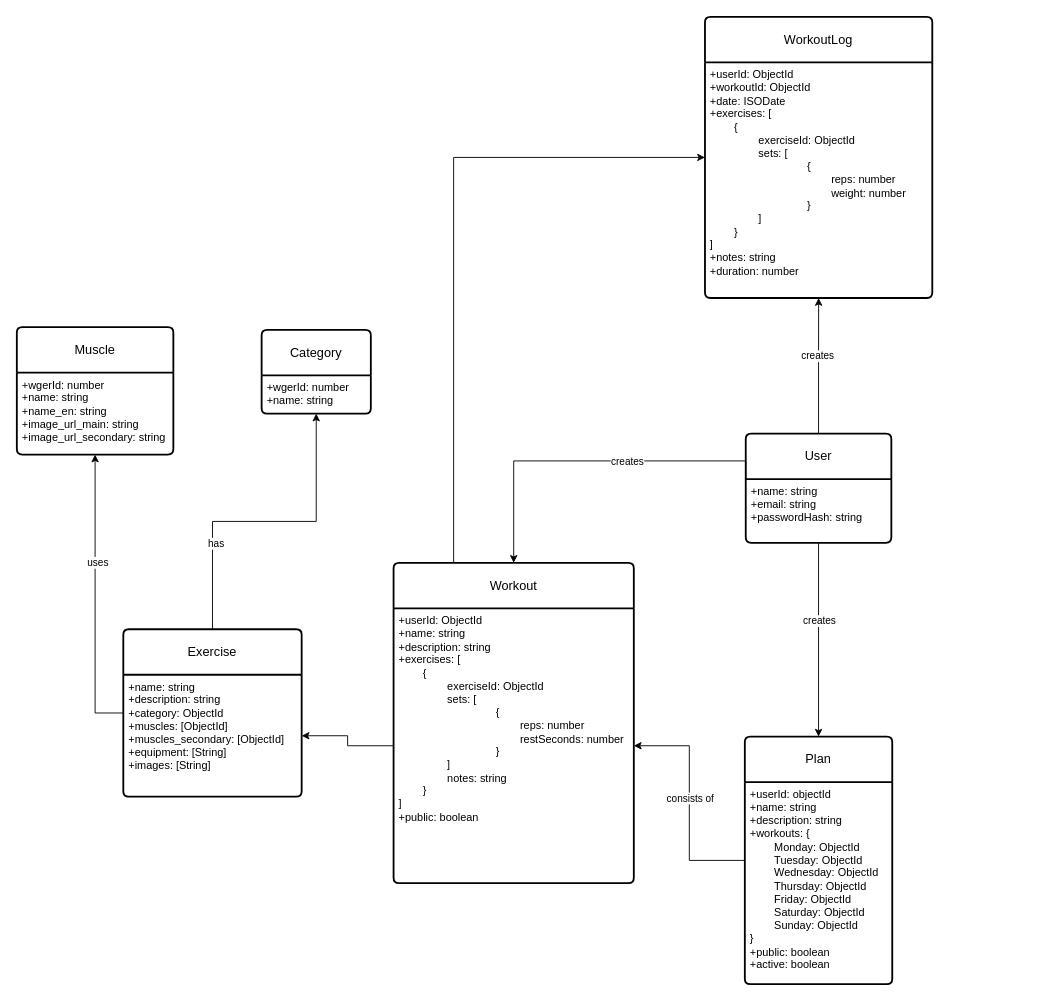
This is WorkoutTracker.drawio from GitteV-2159432/BackendProjectAssignment, a draw.io file, before an edit. Source tidied: cells renumbered, new cells numbered last; positions are measured from the earlier drawing's top-left corner, leaving out a move shared by most shapes. Both pictures are drawn from the tidied source at 91%, with x=0, y=0 at pixel (16, 16).
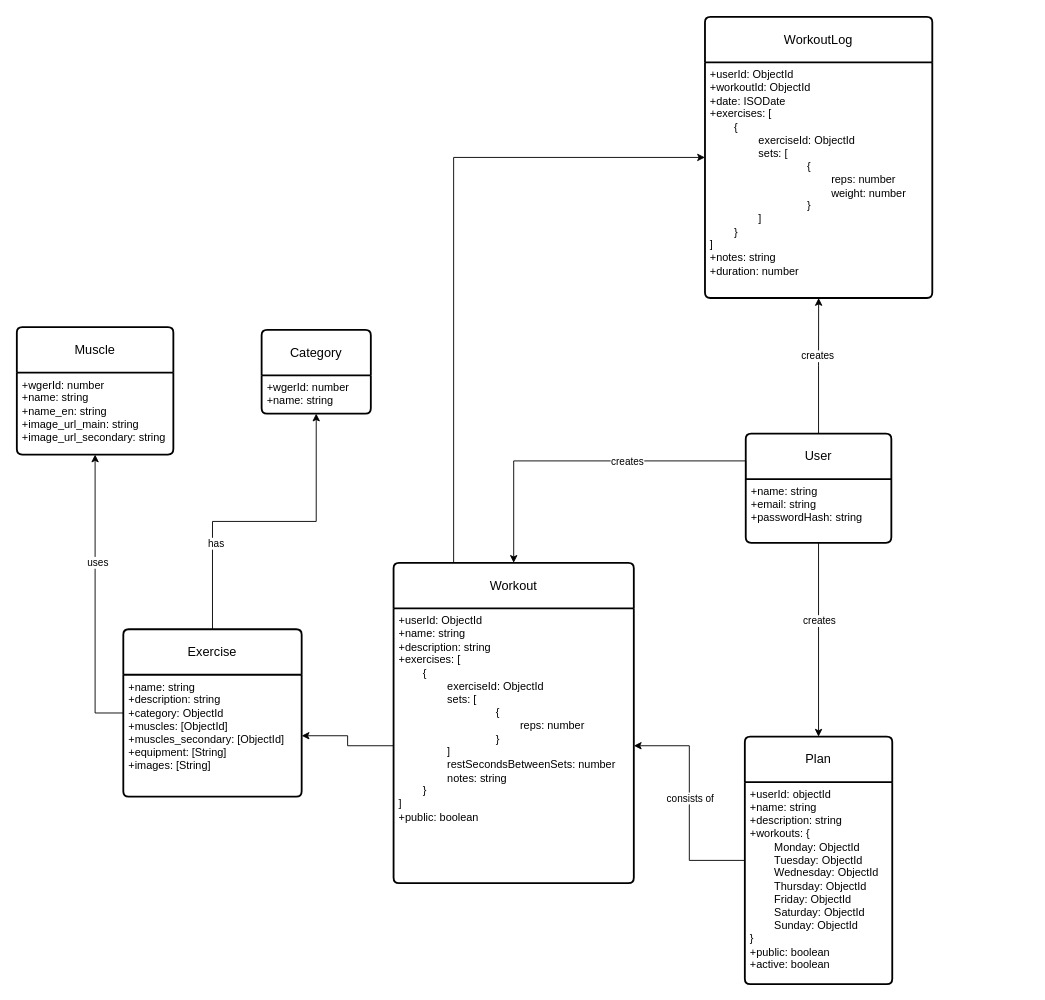
After the change.

Commit message (it also covers changes not shown here):
feat(seed) - adds working seed for db - fixes some minor things  on the schema

The change refers to these unchanged cells:
```xml
<mxCell id="11" value="Workout" style="swimlane;horizontal=1;startSize=50;rounded=1;fontSize=14;fontStyle=0;strokeWidth=2;shadow=0;dashed=0;align=center;arcSize=4;whiteSpace=wrap;html=1;" parent="1" vertex="1">
  <mxGeometry x="414" y="600" width="264" height="352" as="geometry" />
</mxCell>
```

Change to the diagram source:
```diff
@@
-    <mxCell id="12" value="+userId: ObjectId&lt;br&gt;+name: string&lt;br&gt;+description: string&lt;div&gt;+exercises: [&lt;/div&gt;&lt;div&gt;&lt;span style=&quot;white-space: pre;&quot;&gt;&#9;&lt;/span&gt;{&lt;/div&gt;&lt;div&gt;&lt;span style=&quot;white-space: pre;&quot;&gt;&#9;&lt;/span&gt;&lt;span style=&quot;white-space: pre;&quot;&gt;&#9;&lt;/span&gt;exerciseId: ObjectId&lt;br&gt;&lt;/div&gt;&lt;div&gt;&lt;span style=&quot;white-space: pre;&quot;&gt;&#9;&lt;/span&gt;&lt;span style=&quot;white-space: pre;&quot;&gt;&#9;&lt;/span&gt;sets: [&lt;span style=&quot;white-space: pre;&quot;&gt;&#9;&lt;/span&gt;&lt;/div&gt;&lt;div&gt;&lt;span style=&quot;white-space: pre;&quot;&gt;&#9;&lt;/span&gt;&lt;span style=&quot;white-space: pre;&quot;&gt;&#9;&lt;/span&gt;&lt;span style=&quot;white-space: pre;&quot;&gt;&#9;&lt;/span&gt;&lt;span style=&quot;white-space: pre;&quot;&gt;&#9;&lt;/span&gt;{&lt;br&gt;&lt;/div&gt;&lt;div&gt;&lt;span style=&quot;background-color: transparent; color: light-dark(rgb(0, 0, 0), rgb(255, 255, 255));&quot;&gt;&lt;span style=&quot;white-space: pre;&quot;&gt;&#9;&lt;/span&gt;&lt;span style=&quot;white-space: pre;&quot;&gt;&#9;&lt;/span&gt;&lt;span style=&quot;white-space: pre;&quot;&gt;&#9;&lt;/span&gt;&lt;span style=&quot;white-space: pre;&quot;&gt;&#9;&lt;span style=&quot;white-space: pre;&quot;&gt;&#9;&lt;/span&gt;&lt;/span&gt;reps: number&lt;/span&gt;&lt;/div&gt;&lt;div&gt;&lt;span style=&quot;white-space: pre;&quot;&gt;&#9;&lt;/span&gt;&lt;span style=&quot;white-space: pre;&quot;&gt;&#9;&lt;span style=&quot;white-space: pre;&quot;&gt;&#9;&lt;/span&gt;&lt;span style=&quot;white-space: pre;&quot;&gt;&#9;&lt;span style=&quot;white-space: pre;&quot;&gt;&#9;&lt;/span&gt;&lt;/span&gt;&lt;/span&gt;restSeconds: number&lt;/div&gt;&lt;div&gt;&lt;span style=&quot;white-space: pre;&quot;&gt;&#9;&lt;/span&gt;&lt;span style=&quot;white-space: pre;&quot;&gt;&#9;&lt;/span&gt;&lt;span style=&quot;white-space: pre;&quot;&gt;&#9;&lt;/span&gt;&lt;span style=&quot;white-space: pre;&quot;&gt;&#9;&lt;/span&gt;}&lt;br&gt;&lt;/div&gt;&lt;div&gt;&lt;span style=&quot;white-space: pre;&quot;&gt;&#9;&lt;/span&gt;&lt;span style=&quot;white-space: pre;&quot;&gt;&#9;&lt;/span&gt;]&lt;br&gt;&lt;/div&gt;&lt;div&gt;&lt;span style=&quot;white-space: pre;&quot;&gt;&#9;&lt;/span&gt;&lt;span style=&quot;white-space: pre;&quot;&gt;&#9;&lt;/span&gt;notes: string&lt;br&gt;&lt;/div&gt;&lt;div&gt;&lt;span style=&quot;white-space: pre;&quot;&gt;&#9;&lt;/span&gt;}&lt;br&gt;&lt;/div&gt;&lt;div&gt;]&lt;/div&gt;&lt;div&gt;+public: boolean&lt;/div&gt;" style="align=left;strokeColor=none;fillColor=none;spacingLeft=4;fontSize=12;verticalAlign=top;html=1;" parent="11" vertex="1">
+    <mxCell id="12" value="+userId: ObjectId&lt;br&gt;+name: string&lt;br&gt;+description: string&lt;div&gt;+exercises: [&lt;/div&gt;&lt;div&gt;&lt;span style=&quot;white-space: pre;&quot;&gt;&#9;&lt;/span&gt;{&lt;/div&gt;&lt;div&gt;&lt;span style=&quot;white-space: pre;&quot;&gt;&#9;&lt;/span&gt;&lt;span style=&quot;white-space: pre;&quot;&gt;&#9;&lt;/span&gt;exerciseId: ObjectId&lt;br&gt;&lt;/div&gt;&lt;div&gt;&lt;span style=&quot;white-space: pre;&quot;&gt;&#9;&lt;/span&gt;&lt;span style=&quot;white-space: pre;&quot;&gt;&#9;&lt;/span&gt;sets: [&lt;span style=&quot;white-space: pre;&quot;&gt;&#9;&lt;/span&gt;&lt;/div&gt;&lt;div&gt;&lt;span style=&quot;white-space: pre;&quot;&gt;&#9;&lt;/span&gt;&lt;span style=&quot;white-space: pre;&quot;&gt;&#9;&lt;/span&gt;&lt;span style=&quot;white-space: pre;&quot;&gt;&#9;&lt;/span&gt;&lt;span style=&quot;white-space: pre;&quot;&gt;&#9;&lt;/span&gt;{&lt;br&gt;&lt;/div&gt;&lt;div&gt;&lt;span style=&quot;background-color: transparent; color: light-dark(rgb(0, 0, 0), rgb(255, 255, 255));&quot;&gt;&lt;span style=&quot;white-space: pre;&quot;&gt;&#9;&lt;/span&gt;&lt;span style=&quot;white-space: pre;&quot;&gt;&#9;&lt;/span&gt;&lt;span style=&quot;white-space: pre;&quot;&gt;&#9;&lt;/span&gt;&lt;span style=&quot;white-space: pre;&quot;&gt;&#9;&lt;span style=&quot;white-space: pre;&quot;&gt;&#9;&lt;/span&gt;&lt;/span&gt;reps: number&lt;/span&gt;&lt;/div&gt;&lt;div&gt;&lt;span style=&quot;white-space: pre;&quot;&gt;&#9;&lt;/span&gt;&lt;span style=&quot;white-space: pre;&quot;&gt;&#9;&lt;/span&gt;&lt;span style=&quot;white-space: pre;&quot;&gt;&#9;&lt;/span&gt;&lt;span style=&quot;white-space: pre;&quot;&gt;&#9;&lt;/span&gt;}&lt;br&gt;&lt;/div&gt;&lt;div&gt;&lt;span style=&quot;white-space: pre;&quot;&gt;&#9;&lt;/span&gt;&lt;span style=&quot;white-space: pre;&quot;&gt;&#9;&lt;/span&gt;]&lt;br&gt;&lt;/div&gt;&lt;div&gt;&lt;span style=&quot;white-space: pre;&quot;&gt;&#9;&lt;/span&gt;&lt;span style=&quot;white-space: pre;&quot;&gt;&#9;&lt;/span&gt;&lt;span style=&quot;background-color: transparent; color: light-dark(rgb(0, 0, 0), rgb(255, 255, 255));&quot;&gt;restSecondsBetweenSets: number&lt;/span&gt;&lt;br&gt;&lt;/div&gt;&lt;div&gt;&lt;span style=&quot;white-space: pre;&quot;&gt;&#9;&lt;/span&gt;&lt;span style=&quot;white-space: pre;&quot;&gt;&#9;&lt;/span&gt;notes: string&lt;br&gt;&lt;/div&gt;&lt;div&gt;&lt;span style=&quot;white-space: pre;&quot;&gt;&#9;&lt;/span&gt;}&lt;br&gt;&lt;/div&gt;&lt;div&gt;]&lt;/div&gt;&lt;div&gt;+public: boolean&lt;/div&gt;" style="align=left;strokeColor=none;fillColor=none;spacingLeft=4;fontSize=12;verticalAlign=top;html=1;" parent="11" vertex="1">
       <mxGeometry y="50" width="264" height="302" as="geometry" />
     </mxCell>
```
